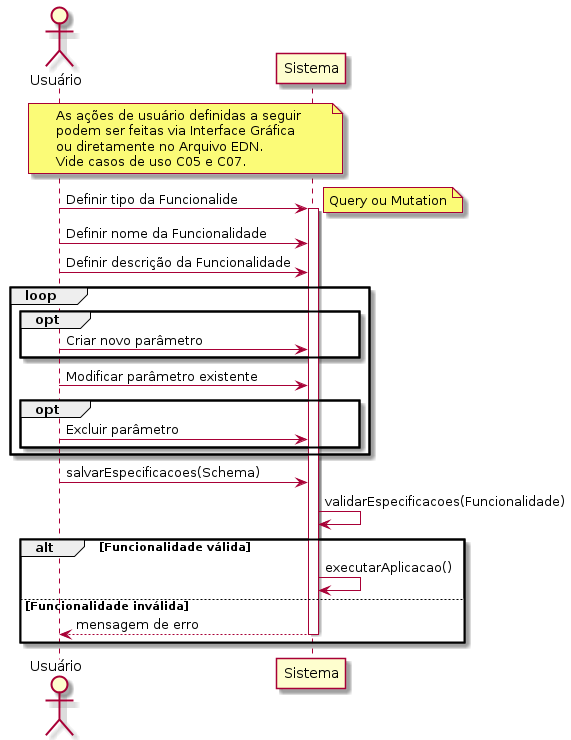
The PlantUML diagram Artefatos/Diagramas/Sequência/C04.png in ICEI-PUC-Minas-PPLES-TI/plf-es-2022-1-tcci-5308100-dev-marlon-silva, before a commit. Its diagram source:
```plantuml
@startuml

actor Usuário as usr
participant Sistema as sys

note over usr, sys
    As ações de usuário definidas a seguir
    podem ser feitas via Interface Gráfica
    ou diretamente no Arquivo EDN.
    Vide casos de uso C05 e C07.
end note

usr -> sys: Definir tipo da Funcionalide
activate sys

note right
    Query ou Mutation
end note

usr -> sys: Definir nome da Funcionalidade
usr -> sys: Definir descrição da Funcionalidade

loop
    opt
        usr -> sys: Criar novo parâmetro
    end

    usr -> sys: Modificar parâmetro existente

    opt
        usr -> sys: Excluir parâmetro
    end
end

usr -> sys: salvarEspecificacoes(Schema)
sys -> sys: validarEspecificacoes(Funcionalidade)

alt Funcionalidade válida
    sys -> sys: executarAplicacao()
else Funcionalidade inválida
    sys --> usr: mensagem de erro
    deactivate sys
end

@enduml
```
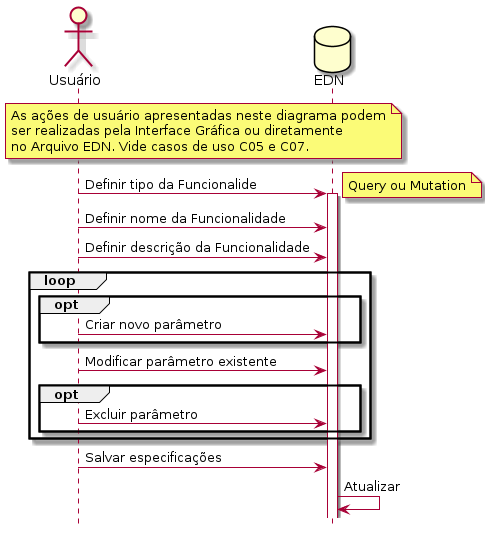
The same diagram one commit later.

Change to the diagram source:
```diff
@@ -1,45 +1,39 @@
-@startuml
+@startuml c04
 
-actor Usuário as usr
-participant Sistema as sys
+hide footbox
 
-note over usr, sys
-    As ações de usuário definidas a seguir
-    podem ser feitas via Interface Gráfica
-    ou diretamente no Arquivo EDN.
-    Vide casos de uso C05 e C07.
+actor "Usuário" as usr
+database "EDN" as edn
+
+note over usr, edn
+    As ações de usuário apresentadas neste diagrama podem
+    ser realizadas pela Interface Gráfica ou diretamente
+    no Arquivo EDN. Vide casos de uso C05 e C07.
 end note
 
-usr -> sys: Definir tipo da Funcionalide
-activate sys
+usr -> edn: Definir tipo da Funcionalide
+activate edn
 
 note right
     Query ou Mutation
 end note
 
-usr -> sys: Definir nome da Funcionalidade
-usr -> sys: Definir descrição da Funcionalidade
+usr -> edn: Definir nome da Funcionalidade
+usr -> edn: Definir descrição da Funcionalidade
 
 loop
     opt
-        usr -> sys: Criar novo parâmetro
+        usr -> edn: Criar novo parâmetro
     end
 
-    usr -> sys: Modificar parâmetro existente
+    usr -> edn: Modificar parâmetro existente
 
     opt
-        usr -> sys: Excluir parâmetro
+        usr -> edn: Excluir parâmetro
     end
 end
 
-usr -> sys: salvarEspecificacoes(Schema)
-sys -> sys: validarEspecificacoes(Funcionalidade)
-
-alt Funcionalidade válida
-    sys -> sys: executarAplicacao()
-else Funcionalidade inválida
-    sys --> usr: mensagem de erro
-    deactivate sys
-end
+usr -> edn: Salvar especificações
+edn -> edn : Atualizar
 
 @enduml
```
